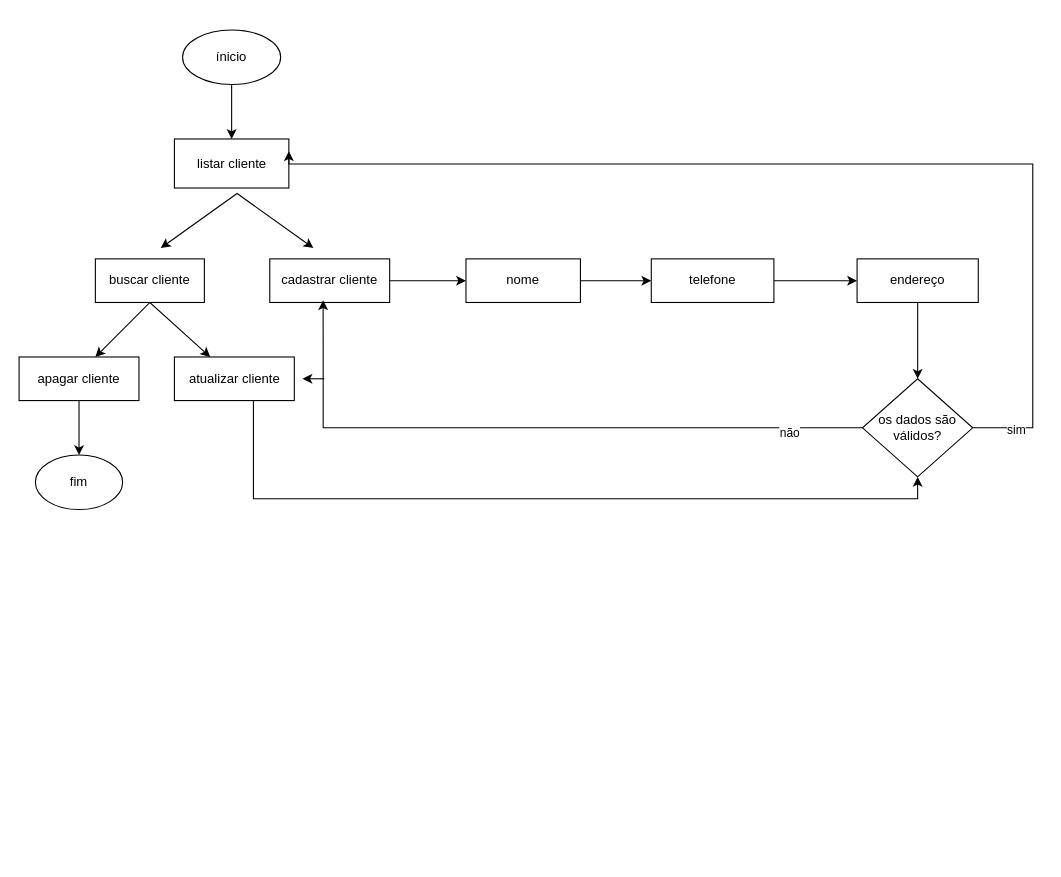
sarahnandynne/fluxograma.sarah keeps this draw.io diagram as page "Página-1" (1 of 2) of doc/fluxograma.drawio. Above is the earlier version. Source tidied: cells renumbered, new cells numbered last; positions are measured from the earlier drawing's top-left corner, leaving out a move shared by most shapes. Both pictures are drawn from the tidied source at 109%, with x=0, y=0 at pixel (19, 29).
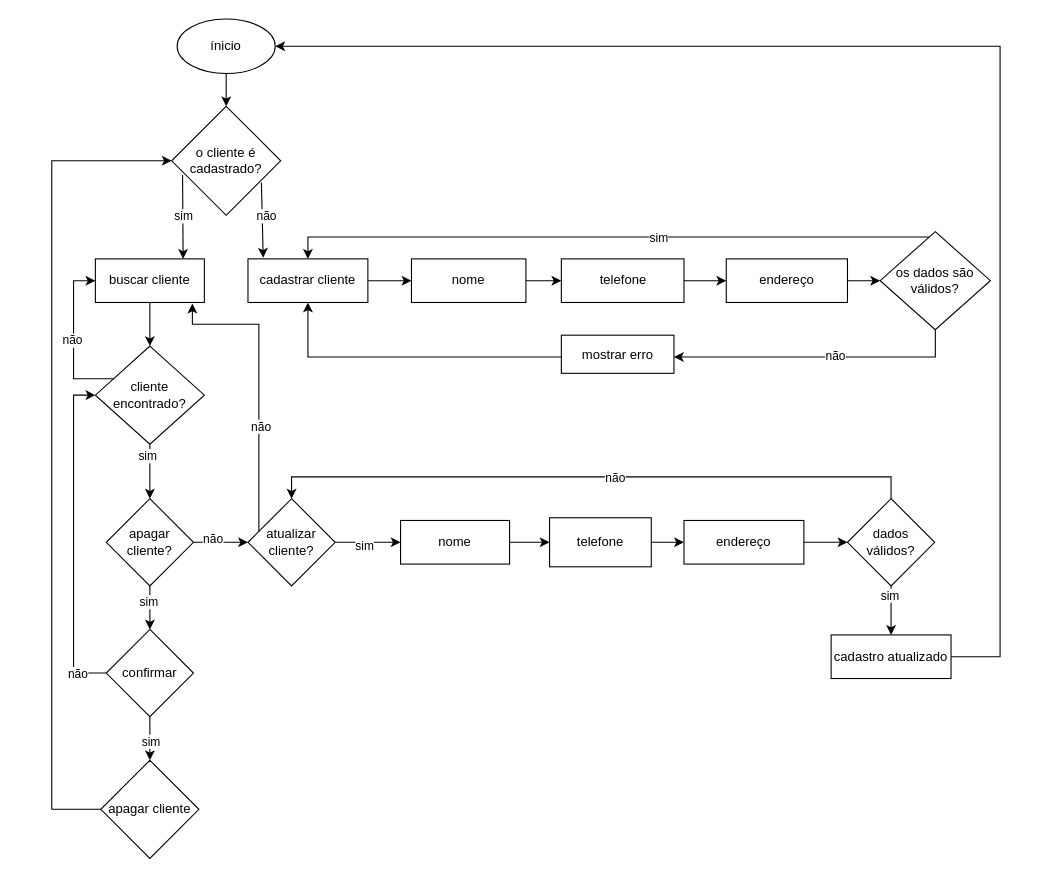
The same page after the edit.

Unchanged cells that the change refers to:
```xml
<mxCell id="6" value="buscar cliente" style="rounded=0;whiteSpace=wrap;html=1;" parent="1" vertex="1">
  <mxGeometry x="70" y="210" width="100" height="40" as="geometry" />
</mxCell>
```

Change to the diagram source:
```diff
@@
-    <mxCell id="2" style="edgeStyle=orthogonalEdgeStyle;rounded=0;jettySize=auto;html=1;" parent="1" edge="1" source="3" target="4">
-      <mxGeometry relative="1" as="geometry" />
-    </mxCell>
+    <mxCell id="27" style="edgeStyle=orthogonalEdgeStyle;rounded=0;jettySize=auto;html=1;" parent="1" edge="1" source="3" target="36">
+      <mxGeometry relative="1" as="geometry" />
+    </mxCell>
     <mxCell id="3" value="ínicio" style="ellipse;whiteSpace=wrap;html=1;" parent="1" vertex="1">
-      <mxGeometry x="150" width="90" height="50" as="geometry" />
+      <mxGeometry x="145" y="-10" width="90" height="50" as="geometry" />
     </mxCell>
-    <mxCell id="4" value="listar cliente" style="whiteSpace=wrap;html=1;" parent="1" vertex="1">
-      <mxGeometry x="142.5" y="100" width="105" height="45" as="geometry" />
-    </mxCell>
-    <mxCell id="5" style="endArrow=classic;startArrow=classic;html=1;rounded=0;" parent="1" edge="1">
-      <mxGeometry relative="1" as="geometry">
-        <mxPoint x="130" y="200" as="sourcePoint" />
-        <mxPoint x="270" y="200" as="targetPoint" />
-        <Array as="points">
-          <mxPoint x="200" y="150" />
-        </Array>
-      </mxGeometry>
-    </mxCell>
+    <mxCell id="28" style="edgeStyle=orthogonalEdgeStyle;rounded=0;jettySize=auto;html=1;" parent="1" edge="1" source="6" target="43">
+      <mxGeometry relative="1" as="geometry" />
+    </mxCell>
@@
     <mxCell id="8" value="cadastrar cliente" style="rounded=0;whiteSpace=wrap;html=1;" parent="1" vertex="1">
-      <mxGeometry x="230" y="210" width="110" height="40" as="geometry" />
+      <mxGeometry x="210" y="210" width="110" height="40" as="geometry" />
     </mxCell>
@@
     <mxCell id="10" value="nome" style="whiteSpace=wrap;html=1;rounded=0;" parent="1" vertex="1">
-      <mxGeometry x="410" y="210" width="105" height="40" as="geometry" />
+      <mxGeometry x="360" y="210" width="105" height="40" as="geometry" />
     </mxCell>
@@
     <mxCell id="12" value="telefone" style="whiteSpace=wrap;html=1;rounded=0;" parent="1" vertex="1">
-      <mxGeometry x="580" y="210" width="112.5" height="40" as="geometry" />
+      <mxGeometry x="497.5" y="210" width="112.5" height="40" as="geometry" />
     </mxCell>
@@
     <mxCell id="14" value="endereço" style="whiteSpace=wrap;html=1;rounded=0;" parent="1" vertex="1">
-      <mxGeometry x="768.8" y="210" width="111.2" height="40" as="geometry" />
+      <mxGeometry x="648.8" y="210" width="111.2" height="40" as="geometry" />
     </mxCell>
-    <mxCell id="15" style="edgeStyle=orthogonalEdgeStyle;rounded=0;jettySize=auto;html=1;entryX=1;entryY=0.25;entryDx=0;entryDy=0;" parent="1" edge="1" source="19" target="4">
-      <mxGeometry relative="1" as="geometry">
-        <Array as="points">
-          <mxPoint x="930" y="365" />
-          <mxPoint x="930" y="123" />
-          <mxPoint x="248" y="123" />
-        </Array>
-      </mxGeometry>
-    </mxCell>
-    <mxCell id="16" value="sim" style="edgeLabel;html=1;align=center;verticalAlign=middle;" parent="15" vertex="1">
-      <mxGeometry x="-0.92" y="-1" relative="1" as="geometry" />
-    </mxCell>
+    <mxCell id="29" style="edgeStyle=orthogonalEdgeStyle;rounded=0;jettySize=auto;html=1;" parent="1" edge="1" source="19" target="33">
+      <mxGeometry relative="1" as="geometry">
+        <Array as="points">
+          <mxPoint x="841" y="300" />
+        </Array>
+      </mxGeometry>
+    </mxCell>
+    <mxCell id="30" value="não" style="edgeLabel;html=1;align=center;verticalAlign=middle;" parent="29" vertex="1">
+      <mxGeometry x="-0.12" y="-2" relative="1" as="geometry" />
+    </mxCell>
-    <mxCell id="17" style="edgeStyle=orthogonalEdgeStyle;rounded=0;jettySize=auto;html=1;entryX=0.445;entryY=0.95;entryDx=0;entryDy=0;entryPerimeter=0;" parent="1" edge="1" source="19" target="8">
+    <mxCell id="17" style="edgeStyle=orthogonalEdgeStyle;rounded=0;jettySize=auto;html=1;entryX=0.5;entryY=0;entryDx=0;entryDy=0;" parent="1" edge="1" source="19" target="8">
       <mxGeometry relative="1" as="geometry">
         <Array as="points">
-          <mxPoint x="279" y="365" />
+          <mxPoint x="265" y="190" />
         </Array>
       </mxGeometry>
     </mxCell>
-    <mxCell id="18" value="não" style="edgeLabel;html=1;align=center;verticalAlign=middle;" parent="17" vertex="1">
-      <mxGeometry x="-0.78" y="4" relative="1" as="geometry" />
-    </mxCell>
+    <mxCell id="31" value="sim" style="edgeLabel;html=1;align=center;verticalAlign=middle;" parent="17" vertex="1">
+      <mxGeometry x="-0.16" relative="1" as="geometry" />
+    </mxCell>
     <mxCell id="19" value="os dados são válidos?" style="rhombus;whiteSpace=wrap;html=1;rounded=0;" parent="1" vertex="1">
-      <mxGeometry x="773.8" y="320" width="101.1" height="90" as="geometry" />
+      <mxGeometry x="790" y="185" width="101.1" height="90" as="geometry" />
     </mxCell>
-    <mxCell id="20" style="endArrow=classic;startArrow=classic;html=1;rounded=0;" parent="1" edge="1" target="22">
-      <mxGeometry relative="1" as="geometry">
-        <mxPoint x="70" y="300" as="sourcePoint" />
-        <Array as="points">
-          <mxPoint x="120" y="250" />
-        </Array>
-      </mxGeometry>
-    </mxCell>
-    <mxCell id="21" style="edgeStyle=orthogonalEdgeStyle;rounded=0;jettySize=auto;html=1;entryX=0.5;entryY=1;entryDx=0;entryDy=0;" parent="1" edge="1" source="22" target="19">
-      <mxGeometry relative="1" as="geometry">
-        <Array as="points">
-          <mxPoint x="215" y="430" />
-          <mxPoint x="824" y="430" />
-        </Array>
-      </mxGeometry>
-    </mxCell>
-    <mxCell id="22" value="atualizar cliente" style="rounded=0;whiteSpace=wrap;html=1;" parent="1" vertex="1">
-      <mxGeometry x="142.5" y="300" width="110" height="40" as="geometry" />
-    </mxCell>
-    <mxCell id="23" style="endArrow=classic;html=1;rounded=0;" parent="1" edge="1">
-      <mxGeometry relative="1" as="geometry">
-        <mxPoint x="280" y="320" as="sourcePoint" />
-        <mxPoint x="260" y="320" as="targetPoint" />
-      </mxGeometry>
-    </mxCell>
-    <mxCell id="24" style="edgeStyle=orthogonalEdgeStyle;rounded=0;jettySize=auto;html=1;" parent="1" edge="1" source="25" target="26">
-      <mxGeometry relative="1" as="geometry" />
-    </mxCell>
+    <mxCell id="32" style="edgeStyle=orthogonalEdgeStyle;rounded=0;jettySize=auto;html=1;entryX=0.5;entryY=1;entryDx=0;entryDy=0;" parent="1" edge="1" source="33" target="8">
+      <mxGeometry relative="1" as="geometry">
+        <Array as="points">
+          <mxPoint x="265" y="300" />
+        </Array>
+      </mxGeometry>
+    </mxCell>
+    <mxCell id="33" value="mostrar erro" style="whiteSpace=wrap;html=1;rounded=0;" parent="1" vertex="1">
+      <mxGeometry x="497.5" y="280" width="103.3" height="35" as="geometry" />
+    </mxCell>
+    <mxCell id="34" style="endArrow=classic;html=1;rounded=0;exitX=0.1;exitY=0.63;exitDx=0;exitDy=0;exitPerimeter=0;" parent="1" edge="1" source="36">
+      <mxGeometry relative="1" as="geometry">
+        <mxPoint x="150.5" y="210" as="targetPoint" />
+      </mxGeometry>
+    </mxCell>
+    <mxCell id="35" value="sim" style="edgeLabel;html=1;align=center;verticalAlign=middle;" parent="34" vertex="1">
+      <mxGeometry x="-0.02" relative="1" as="geometry" />
+    </mxCell>
+    <mxCell id="36" value="o cliente é cadastrado?" style="rhombus;whiteSpace=wrap;html=1;" parent="1" vertex="1">
+      <mxGeometry x="140" y="70" width="100" height="100" as="geometry" />
+    </mxCell>
+    <mxCell id="37" style="endArrow=classic;html=1;rounded=0;exitX=0.86;exitY=0.71;exitDx=0;exitDy=0;exitPerimeter=0;entryX=0.127;entryY=-0.025;entryDx=0;entryDy=0;entryPerimeter=0;" parent="1" edge="1" target="8">
+      <mxGeometry relative="1" as="geometry">
+        <mxPoint x="222.3" y="140" as="sourcePoint" />
+      </mxGeometry>
+    </mxCell>
+    <mxCell id="38" value="não" style="edgeLabel;html=1;align=center;verticalAlign=middle;" parent="37" vertex="1">
+      <mxGeometry x="-0.1" y="3" relative="1" as="geometry" />
+    </mxCell>
+    <mxCell id="39" style="edgeStyle=orthogonalEdgeStyle;rounded=0;jettySize=auto;html=1;entryX=0;entryY=0.5;entryDx=0;entryDy=0;" parent="1" edge="1" source="43" target="6">
+      <mxGeometry relative="1" as="geometry">
+        <Array as="points">
+          <mxPoint x="50" y="320" />
+          <mxPoint x="50" y="230" />
+        </Array>
+      </mxGeometry>
+    </mxCell>
+    <mxCell id="40" value="não" style="edgeLabel;html=1;align=center;verticalAlign=middle;" parent="39" vertex="1">
+      <mxGeometry x="-0.02" y="2" relative="1" as="geometry" />
+    </mxCell>
+    <mxCell id="41" style="edgeStyle=orthogonalEdgeStyle;rounded=0;jettySize=auto;html=1;" parent="1" edge="1" source="43">
+      <mxGeometry relative="1" as="geometry">
+        <mxPoint x="120" y="430" as="targetPoint" />
+        <Array as="points">
+          <mxPoint x="120" y="400" />
+          <mxPoint x="120" y="400" />
+        </Array>
+      </mxGeometry>
+    </mxCell>
+    <mxCell id="42" value="sim" style="edgeLabel;html=1;align=center;verticalAlign=middle;" parent="41" vertex="1">
+      <mxGeometry x="-0.6" y="-3" relative="1" as="geometry" />
+    </mxCell>
+    <mxCell id="43" value="cliente encontrado?" style="rhombus;whiteSpace=wrap;html=1;rounded=0;" parent="1" vertex="1">
+      <mxGeometry x="70" y="290" width="100" height="90" as="geometry" />
+    </mxCell>
+    <mxCell id="44" style="edgeStyle=orthogonalEdgeStyle;rounded=0;jettySize=auto;html=1;" parent="1" edge="1" source="48" target="53">
+      <mxGeometry relative="1" as="geometry" />
+    </mxCell>
+    <mxCell id="45" value="sim" style="edgeLabel;html=1;align=center;verticalAlign=middle;" parent="44" vertex="1">
+      <mxGeometry x="-0.3" y="-2" relative="1" as="geometry" />
+    </mxCell>
+    <mxCell id="46" style="edgeStyle=orthogonalEdgeStyle;rounded=0;jettySize=auto;html=1;" parent="1" edge="1" source="48" target="57">
+      <mxGeometry relative="1" as="geometry" />
+    </mxCell>
+    <mxCell id="47" value="não" style="edgeLabel;html=1;align=center;verticalAlign=middle;" parent="46" vertex="1">
+      <mxGeometry x="-0.32" y="4" relative="1" as="geometry" />
+    </mxCell>
+    <mxCell id="48" value="apagar cliente?" style="rhombus;whiteSpace=wrap;html=1;rounded=0;" parent="1" vertex="1">
+      <mxGeometry x="80" y="430" width="80" height="80" as="geometry" />
+    </mxCell>
+    <mxCell id="49" style="edgeStyle=orthogonalEdgeStyle;rounded=0;jettySize=auto;html=1;" parent="1" edge="1" source="53" target="25">
+      <mxGeometry relative="1" as="geometry" />
+    </mxCell>
+    <mxCell id="50" value="sim" style="edgeLabel;html=1;align=center;verticalAlign=middle;" parent="49" vertex="1">
+      <mxGeometry x="0.1" relative="1" as="geometry" />
+    </mxCell>
+    <mxCell id="51" style="edgeStyle=orthogonalEdgeStyle;rounded=0;jettySize=auto;html=1;entryX=0;entryY=0.5;entryDx=0;entryDy=0;" parent="1" edge="1" source="53" target="43">
+      <mxGeometry relative="1" as="geometry">
+        <Array as="points">
+          <mxPoint x="50" y="590" />
+          <mxPoint x="50" y="335" />
+        </Array>
+      </mxGeometry>
+    </mxCell>
+    <mxCell id="52" value="não" style="edgeLabel;html=1;align=center;verticalAlign=middle;" parent="51" vertex="1">
+      <mxGeometry x="-0.82" relative="1" as="geometry" />
+    </mxCell>
+    <mxCell id="53" value="confirmar" style="rhombus;whiteSpace=wrap;html=1;rounded=0;" parent="1" vertex="1">
+      <mxGeometry x="80" y="550" width="80" height="80" as="geometry" />
+    </mxCell>
+    <mxCell id="54" style="edgeStyle=orthogonalEdgeStyle;rounded=0;jettySize=auto;html=1;entryX=0;entryY=0.5;entryDx=0;entryDy=0;" parent="1" edge="1" source="25" target="36">
+      <mxGeometry relative="1" as="geometry">
+        <Array as="points">
+          <mxPoint x="30" y="715" />
+          <mxPoint x="30" y="120" />
+        </Array>
+      </mxGeometry>
+    </mxCell>
-    <mxCell id="25" value="apagar cliente" style="rounded=0;whiteSpace=wrap;html=1;" parent="1" vertex="1">
-      <mxGeometry y="300" width="110" height="40" as="geometry" />
+    <mxCell id="25" value="apagar cliente" style="rhombus;whiteSpace=wrap;html=1;rounded=0;" parent="1" vertex="1">
+      <mxGeometry x="75" y="670" width="90" height="90" as="geometry" />
     </mxCell>
-    <mxCell id="26" value="fim" style="ellipse;whiteSpace=wrap;html=1;rounded=0;" parent="1" vertex="1">
-      <mxGeometry x="15" y="390" width="80" height="50" as="geometry" />
-    </mxCell>
+    <mxCell id="55" style="edgeStyle=orthogonalEdgeStyle;rounded=0;jettySize=auto;html=1;" parent="1" edge="1" source="57" target="61">
+      <mxGeometry relative="1" as="geometry" />
+    </mxCell>
+    <mxCell id="56" value="sim" style="edgeLabel;html=1;align=center;verticalAlign=middle;" parent="55" vertex="1">
+      <mxGeometry x="-0.15" y="-3" relative="1" as="geometry" />
+    </mxCell>
+    <mxCell id="57" value="atualizar cliente?" style="rhombus;whiteSpace=wrap;html=1;rounded=0;" parent="1" vertex="1">
+      <mxGeometry x="210" y="430" width="80" height="80" as="geometry" />
+    </mxCell>
+    <mxCell id="58" style="edgeStyle=orthogonalEdgeStyle;rounded=0;jettySize=auto;html=1;entryX=0.89;entryY=1.025;entryDx=0;entryDy=0;entryPerimeter=0;" parent="1" edge="1" source="57" target="6">
+      <mxGeometry relative="1" as="geometry">
+        <Array as="points">
+          <mxPoint x="220" y="270" />
+          <mxPoint x="159" y="270" />
+        </Array>
+      </mxGeometry>
+    </mxCell>
+    <mxCell id="59" value="não" style="edgeLabel;html=1;align=center;verticalAlign=middle;" parent="58" vertex="1">
+      <mxGeometry x="-0.28" y="-1" relative="1" as="geometry" />
+    </mxCell>
+    <mxCell id="60" style="edgeStyle=orthogonalEdgeStyle;rounded=0;jettySize=auto;html=1;" parent="1" edge="1" source="61" target="63">
+      <mxGeometry relative="1" as="geometry" />
+    </mxCell>
+    <mxCell id="61" value="nome" style="whiteSpace=wrap;html=1;rounded=0;" parent="1" vertex="1">
+      <mxGeometry x="350" y="450" width="100" height="40" as="geometry" />
+    </mxCell>
+    <mxCell id="62" style="edgeStyle=orthogonalEdgeStyle;rounded=0;jettySize=auto;html=1;" parent="1" edge="1" source="63" target="65">
+      <mxGeometry relative="1" as="geometry" />
+    </mxCell>
+    <mxCell id="63" value="telefone" style="whiteSpace=wrap;html=1;rounded=0;" parent="1" vertex="1">
+      <mxGeometry x="486.7" y="447.5" width="93.3" height="45" as="geometry" />
+    </mxCell>
+    <mxCell id="64" style="edgeStyle=orthogonalEdgeStyle;rounded=0;jettySize=auto;html=1;" parent="1" edge="1" source="65" target="70">
+      <mxGeometry relative="1" as="geometry" />
+    </mxCell>
+    <mxCell id="65" value="endereço" style="whiteSpace=wrap;html=1;rounded=0;" parent="1" vertex="1">
+      <mxGeometry x="610" y="450" width="110" height="40" as="geometry" />
+    </mxCell>
+    <mxCell id="66" style="edgeStyle=orthogonalEdgeStyle;rounded=0;jettySize=auto;html=1;entryX=0.5;entryY=0;entryDx=0;entryDy=0;" parent="1" edge="1" source="70" target="57">
+      <mxGeometry relative="1" as="geometry">
+        <Array as="points">
+          <mxPoint x="800" y="410" />
+          <mxPoint x="250" y="410" />
+        </Array>
+      </mxGeometry>
+    </mxCell>
+    <mxCell id="67" value="não" style="edgeLabel;html=1;align=center;verticalAlign=middle;" parent="66" vertex="1">
+      <mxGeometry x="-0.07" relative="1" as="geometry" />
+    </mxCell>
+    <mxCell id="68" style="edgeStyle=orthogonalEdgeStyle;rounded=0;jettySize=auto;html=1;" parent="1" edge="1" source="70" target="72">
+      <mxGeometry relative="1" as="geometry" />
+    </mxCell>
+    <mxCell id="69" value="sim" style="edgeLabel;html=1;align=center;verticalAlign=middle;" parent="68" vertex="1">
+      <mxGeometry x="-0.64" y="-2" relative="1" as="geometry" />
+    </mxCell>
+    <mxCell id="70" value="dados válidos?" style="rhombus;whiteSpace=wrap;html=1;rounded=0;" parent="1" vertex="1">
+      <mxGeometry x="760" y="430" width="80" height="80" as="geometry" />
+    </mxCell>
+    <mxCell id="71" style="edgeStyle=orthogonalEdgeStyle;rounded=0;jettySize=auto;html=1;entryX=1;entryY=0.5;entryDx=0;entryDy=0;" parent="1" edge="1" source="72" target="3">
+      <mxGeometry relative="1" as="geometry">
+        <Array as="points">
+          <mxPoint x="900" y="575" />
+          <mxPoint x="900" y="15" />
+        </Array>
+      </mxGeometry>
+    </mxCell>
+    <mxCell id="72" value="cadastro atualizado" style="rounded=0;whiteSpace=wrap;html=1;" parent="1" vertex="1">
+      <mxGeometry x="745" y="555" width="110" height="40" as="geometry" />
+    </mxCell>
```
